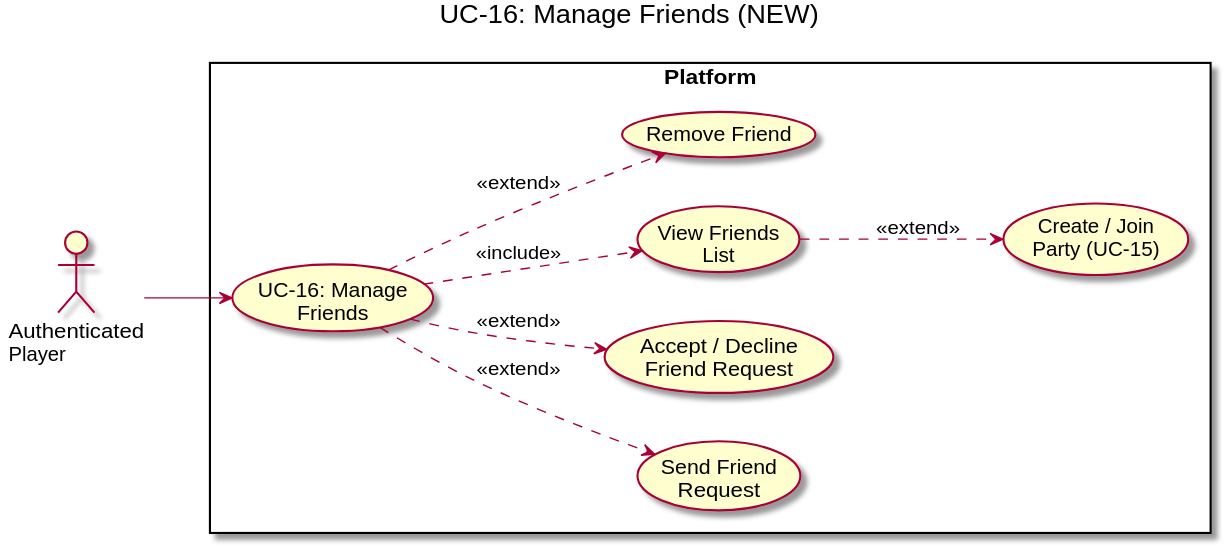
manavpreet1809/Multiplayer-Gaming-Platform keeps this PlantUML diagram as docs/03 useCases/UC-16 Manage Friends.svg. Above is the earlier version.
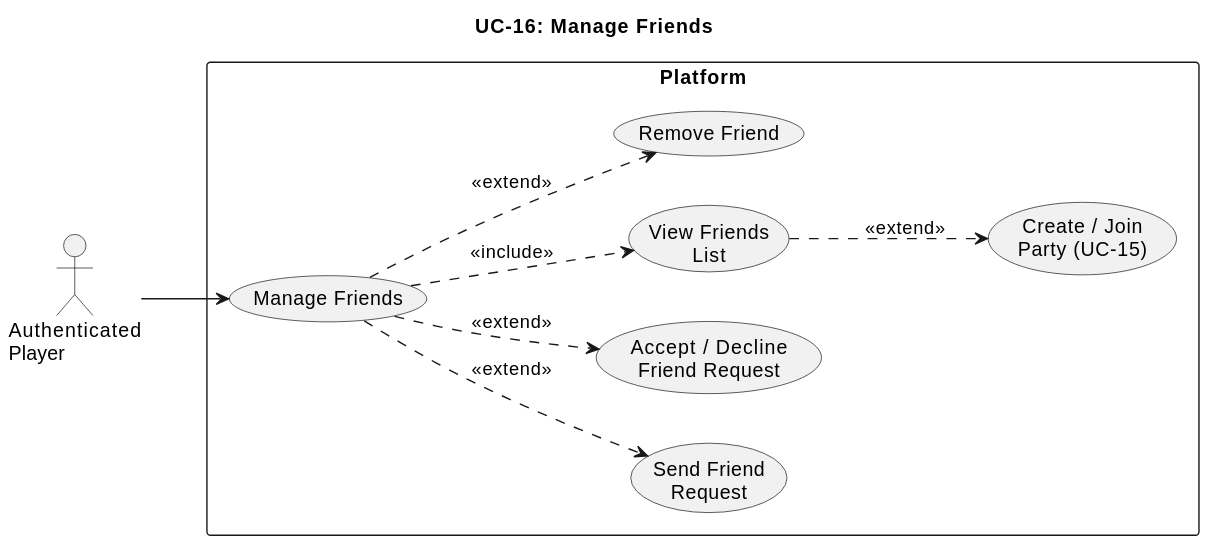
The same diagram one commit later.

What changed in the source:
```diff
@@ -1,6 +1,5 @@
 @startuml
-title UC-16: Manage Friends (NEW)
-skinparam backgroundColor white
+title UC-16: Manage Friends
 
 left to right direction
 skinparam packageStyle rectangle
@@ -8,7 +7,7 @@
 actor "Authenticated\nPlayer" as Player
 
 rectangle "Platform" {
-  usecase "UC-16: Manage\nFriends" as UC16
+  usecase "Manage Friends" as UC16
   usecase "Send Friend\nRequest" as SFR
   usecase "Accept / Decline\nFriend Request" as ADFR
   usecase "View Friends\nList" as VFL
@@ -22,5 +21,4 @@
 UC16 ..> VFL : <<include>>
 UC16 ..> RF : <<extend>>
 VFL ..> UC15 : <<extend>>
-
 @enduml
```
